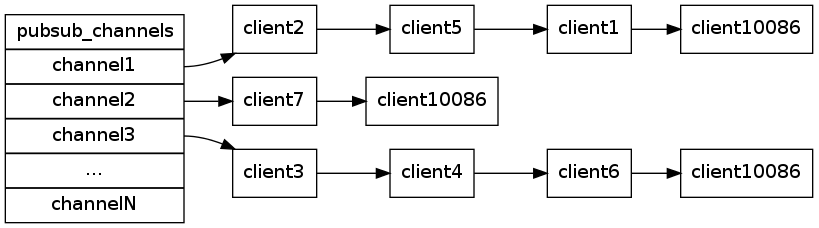
This is feature/image/new_subscribe.png from huangzworks/redisbook, a Graphviz export, as it was before one commit. Its source is kept beside it as feature/image/new_subscribe.dot.
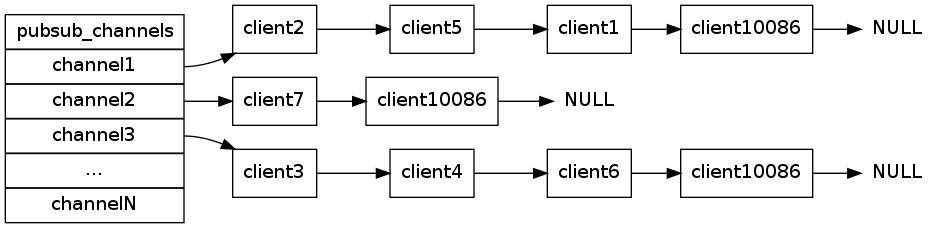
After the commit.

Commit message:
fix pub/sub chapter image

The edit, as a diff of the source:
```diff
@@ -13,16 +13,21 @@
     client10086 [label = "client10086"];
     client10086_1 [label = "client10086"];
     client10086_2 [label = "client10086"];
+    null_1 [label = "NULL", shape = plaintext];
+    null_2 [label = "NULL", shape = plaintext];
+    null_3 [label = "NULL", shape = plaintext];
 
     pubsub:channel1 -> client2;
     client2 -> client5;
     client5 -> client1;
     client1 -> client10086;
+    client10086 -> null_1;
 
     client7 [label = "client7"];
 
     pubsub:channel2 -> client7;
     client7 -> client10086_1;
+    client10086_1 -> null_2;
 
 
     client3 [label = "client3"];
@@ -33,4 +38,5 @@
     client3 -> client4;
     client4 -> client6;
     client6 -> client10086_2;
+    client10086_2 -> null_3;
 }
```
